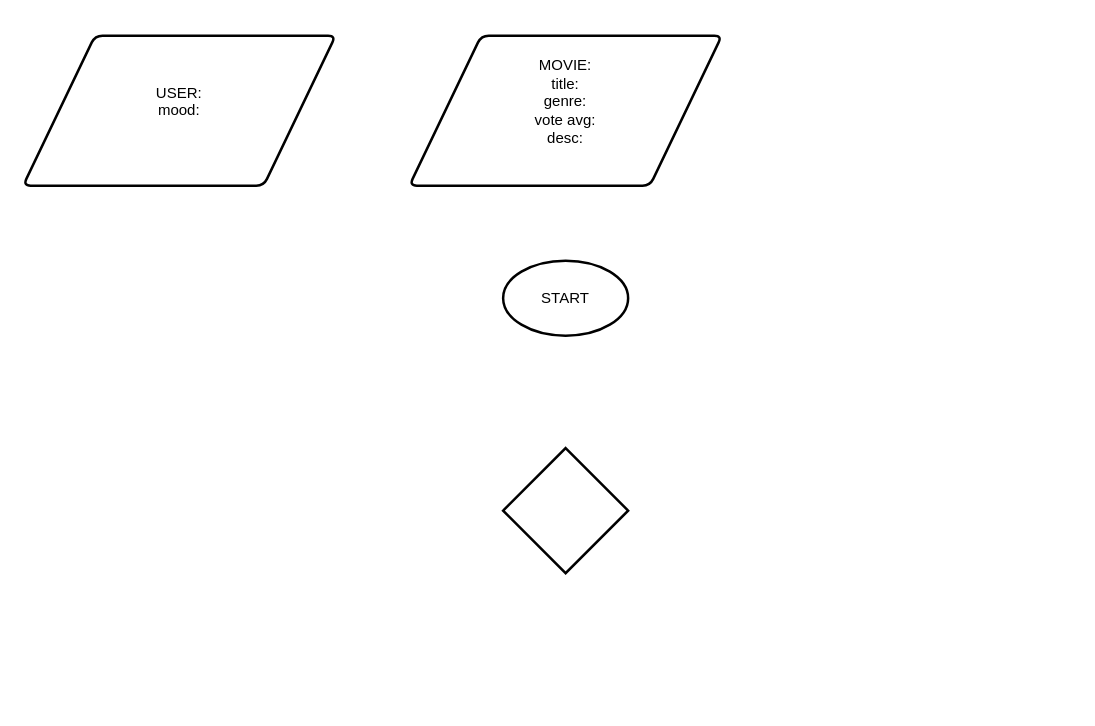
Above: Decision_system.drawio in CodeCiepol/movie-advisor (draw.io), before the change. Source tidied: cells renumbered, new cells numbered last; positions are measured from the earlier drawing's top-left corner, leaving out a move shared by most shapes. Both pictures are drawn from the tidied source at 125%, with x=0, y=0 at pixel (22, 35).
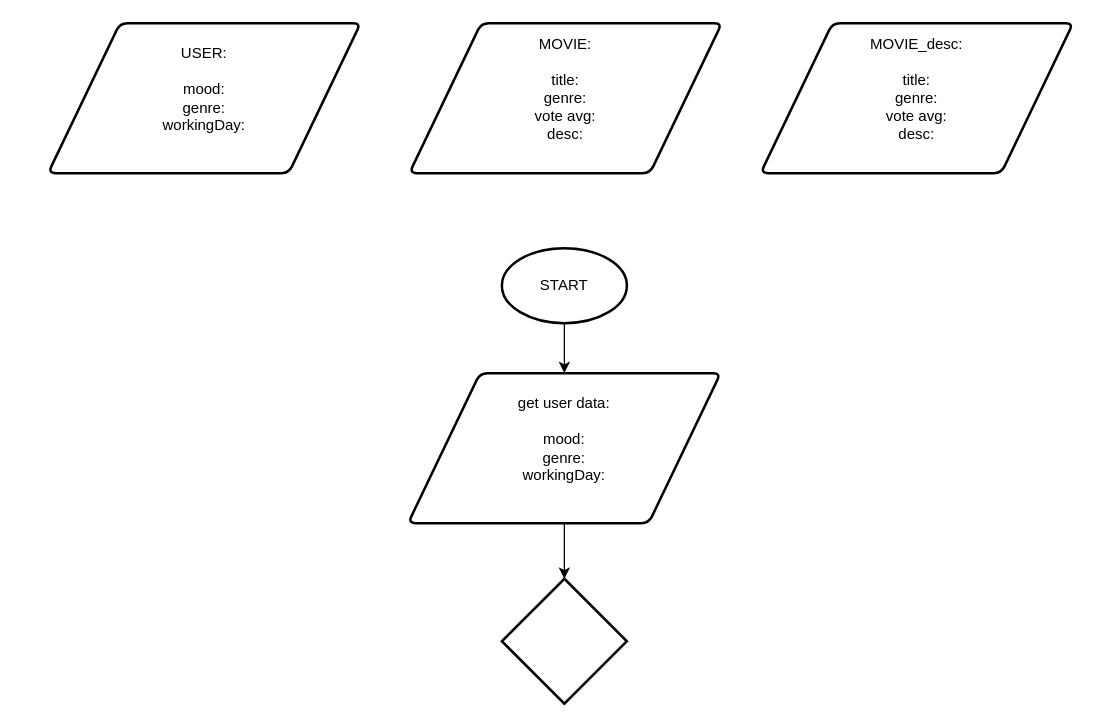
The same page after the edit.

Change to the diagram source:
```diff
@@
 <mxGraphModel>
   <root>
     <mxCell id="0" />
     <mxCell id="1" parent="0" />
     <mxCell id="2" style="strokeWidth=2;html=1;shape=mxgraph.flowchart.decision;whiteSpace=wrap;" parent="1" vertex="1">
-      <mxGeometry x="384" y="330" width="100" height="100" as="geometry" />
+      <mxGeometry x="383" y="434.5" width="100" height="100" as="geometry" />
     </mxCell>
-    <mxCell id="3" value="&lt;div&gt;USER:&lt;/div&gt;&lt;div&gt;mood:&lt;/div&gt;&lt;div&gt;&lt;br&gt;&lt;/div&gt;" style="shape=parallelogram;html=1;strokeWidth=2;perimeter=parallelogramPerimeter;whiteSpace=wrap;rounded=1;arcSize=12;size=0.23;" parent="1" vertex="1">
-      <mxGeometry width="250" height="120" as="geometry" />
+    <mxCell id="3" value="&lt;div&gt;USER:&lt;br&gt;&lt;br&gt;&lt;/div&gt;&lt;div&gt;mood:&lt;/div&gt;&lt;div&gt;genre:&lt;/div&gt;&lt;div&gt;workingDay:&lt;/div&gt;&lt;div&gt;&lt;br&gt;&lt;/div&gt;" style="shape=parallelogram;html=1;strokeWidth=2;perimeter=parallelogramPerimeter;whiteSpace=wrap;rounded=1;arcSize=12;size=0.23;" parent="1" vertex="1">
+      <mxGeometry x="20" y="-10" width="250" height="120" as="geometry" />
     </mxCell>
-    <mxCell id="4" value="&lt;div&gt;MOVIE:&lt;/div&gt;&lt;div&gt;title:&lt;/div&gt;&lt;div&gt;genre:&lt;/div&gt;&lt;div&gt;vote avg:&lt;/div&gt;&lt;div&gt;desc:&lt;br&gt;&lt;/div&gt;&lt;div&gt;&lt;br&gt;&lt;/div&gt;" style="shape=parallelogram;html=1;strokeWidth=2;perimeter=parallelogramPerimeter;whiteSpace=wrap;rounded=1;arcSize=12;size=0.23;" parent="1" vertex="1">
-      <mxGeometry x="309" width="250" height="120" as="geometry" />
+    <mxCell id="4" value="&lt;div&gt;MOVIE:&lt;br&gt;&lt;br&gt;&lt;/div&gt;&lt;div&gt;title:&lt;/div&gt;&lt;div&gt;genre:&lt;/div&gt;&lt;div&gt;vote avg:&lt;/div&gt;&lt;div&gt;desc:&lt;br&gt;&lt;/div&gt;&lt;div&gt;&lt;br&gt;&lt;/div&gt;" style="shape=parallelogram;html=1;strokeWidth=2;perimeter=parallelogramPerimeter;whiteSpace=wrap;rounded=1;arcSize=12;size=0.23;" parent="1" vertex="1">
+      <mxGeometry x="309" y="-10" width="250" height="120" as="geometry" />
     </mxCell>
+    <mxCell id="6" style="edgeStyle=orthogonalEdgeStyle;rounded=0;jettySize=auto;html=1;exitX=0.5;exitY=1;exitDx=0;exitDy=0;exitPerimeter=0;entryX=0.5;entryY=0;entryDx=0;entryDy=0;" parent="1" edge="1" source="5" target="9">
+      <mxGeometry relative="1" as="geometry" />
+    </mxCell>
     <mxCell id="5" value="START" style="strokeWidth=2;html=1;shape=mxgraph.flowchart.start_1;whiteSpace=wrap;" parent="1" vertex="1">
-      <mxGeometry x="384" y="180" width="100" height="60" as="geometry" />
+      <mxGeometry x="383" y="170" width="100" height="60" as="geometry" />
     </mxCell>
+    <mxCell id="7" value="&lt;div&gt;MOVIE_desc:&lt;br&gt;&lt;br&gt;&lt;/div&gt;&lt;div&gt;title:&lt;/div&gt;&lt;div&gt;genre:&lt;/div&gt;&lt;div&gt;vote avg:&lt;/div&gt;&lt;div&gt;desc:&lt;br&gt;&lt;/div&gt;&lt;div&gt;&lt;br&gt;&lt;/div&gt;" style="shape=parallelogram;html=1;strokeWidth=2;perimeter=parallelogramPerimeter;whiteSpace=wrap;rounded=1;arcSize=12;size=0.23;" parent="1" vertex="1">
+      <mxGeometry x="590" y="-10" width="250" height="120" as="geometry" />
+    </mxCell>
+    <mxCell id="8" style="edgeStyle=orthogonalEdgeStyle;rounded=0;jettySize=auto;html=1;" parent="1" edge="1" source="9" target="2">
+      <mxGeometry relative="1" as="geometry" />
+    </mxCell>
+    <mxCell id="9" value="&lt;div&gt;get user data: &lt;br&gt;&lt;br&gt;&lt;/div&gt;&lt;div&gt;mood:&lt;/div&gt;&lt;div&gt;genre:&lt;/div&gt;&lt;div&gt;workingDay:&lt;/div&gt;&lt;div&gt;&lt;br&gt;&lt;/div&gt;" style="shape=parallelogram;html=1;strokeWidth=2;perimeter=parallelogramPerimeter;whiteSpace=wrap;rounded=1;arcSize=12;size=0.23;" parent="1" vertex="1">
+      <mxGeometry x="308" y="270" width="250" height="120" as="geometry" />
+    </mxCell>
   </root>
 </mxGraphModel>
```
